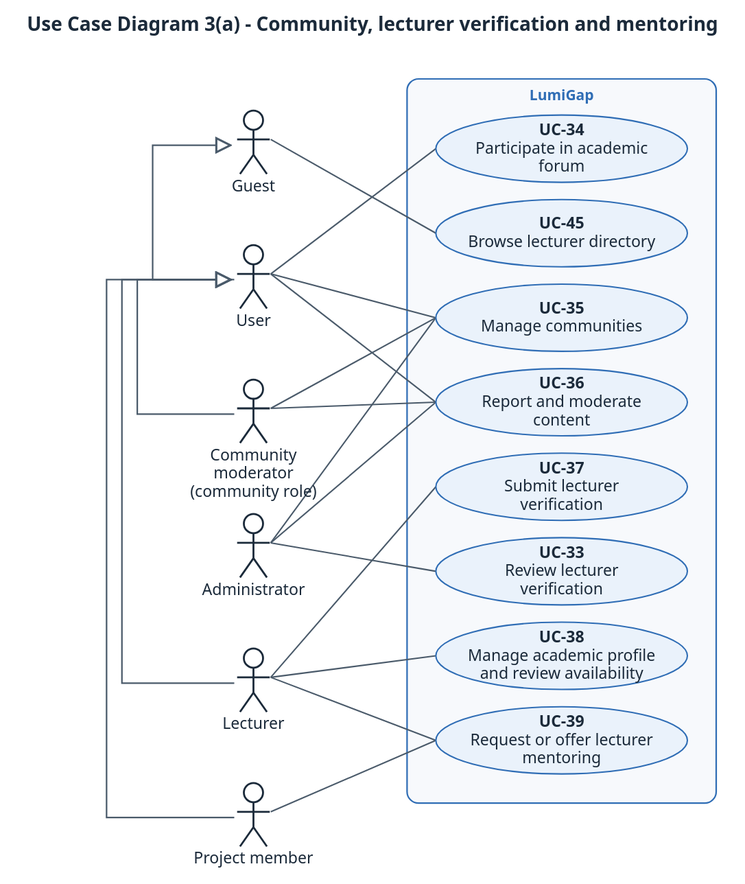
Khoa-Hoa-Technology-Solution-Company/lumi-gap keeps this PlantUML diagram as docs/diagrams/report3/R3_UseCase_3a_Community_Lecturer.svg. Above is the earlier version. Its source is kept beside it as docs/diagrams/report3/R3_UseCase_3a_Community_Lecturer.puml.
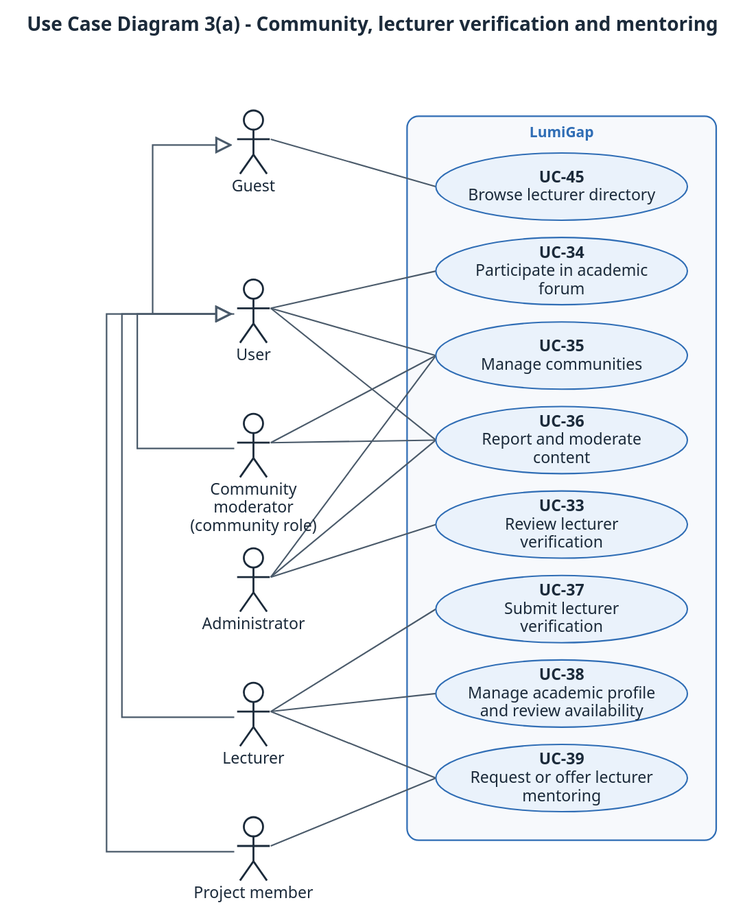
Above is the later version.

Change to the diagram source:
```diff
@@ -41,12 +41,12 @@
 actor "Project member" as PM
 actor "Administrator" as AD
 rectangle "LumiGap" {
+  usecase "UC-45\nBrowse lecturer directory" as UC45
   usecase "UC-34\nParticipate in academic forum" as UC34
-  usecase "UC-45\nBrowse lecturer directory" as UC45
   usecase "UC-35\nManage communities" as UC35
   usecase "UC-36\nReport and moderate content" as UC36
+  usecase "UC-33\nReview lecturer verification" as UC33
   usecase "UC-37\nSubmit lecturer verification" as UC37
-  usecase "UC-33\nReview lecturer verification" as UC33
   usecase "UC-38\nManage academic profile and review availability" as UC38
   usecase "UC-39\nRequest or offer lecturer mentoring" as UC39
 }
```
